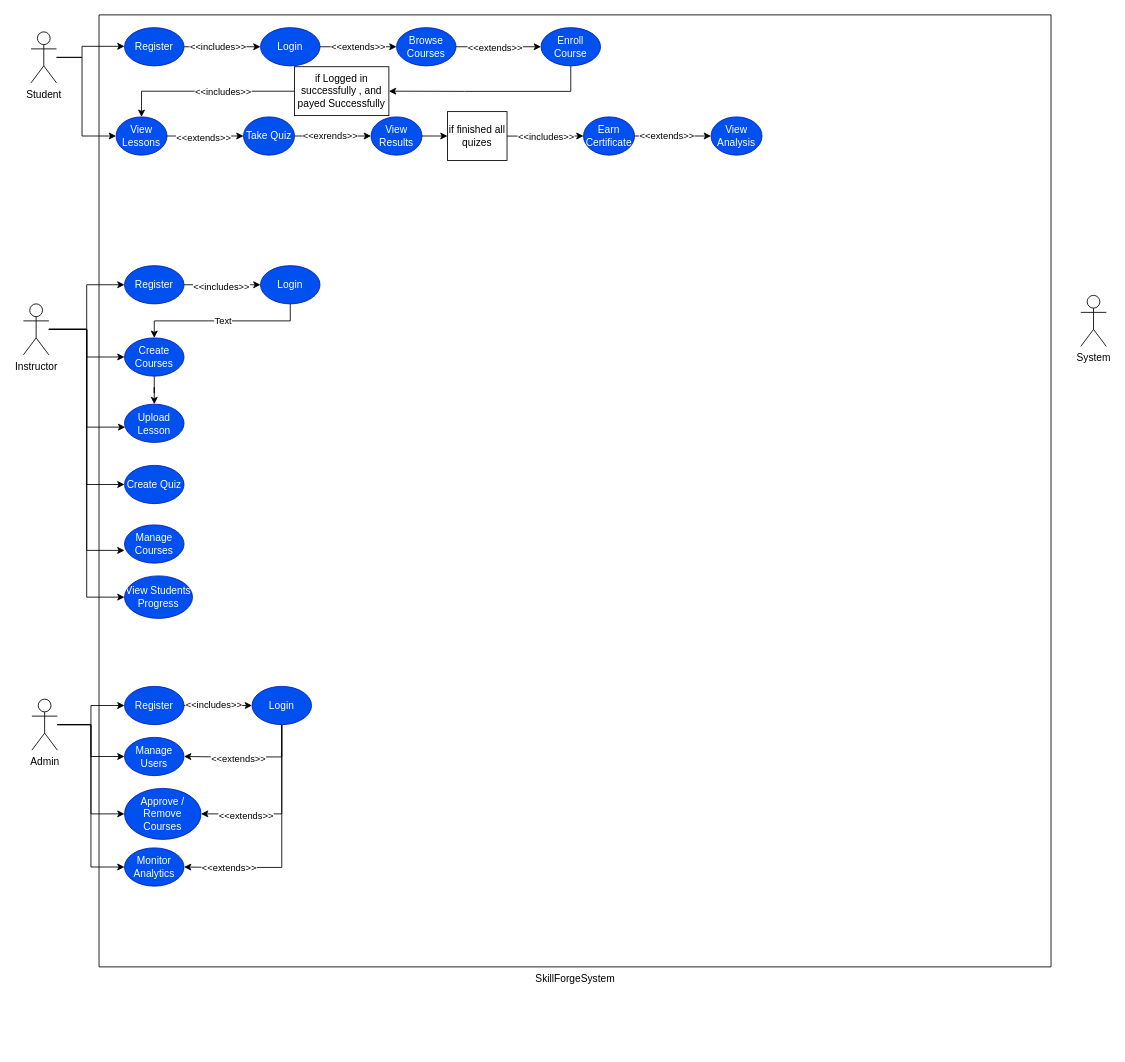
The draw.io diagram UseCase_Diagram/UseCase.drawio in 23010477/Lab6_SkillForge, before the edit. Source tidied: cells renumbered, new cells numbered last; positions are measured from the earlier drawing's top-left corner, leaving out a move shared by most shapes. Both pictures are drawn from the tidied source at 85%, with x=0, y=0 at pixel (23, 14).
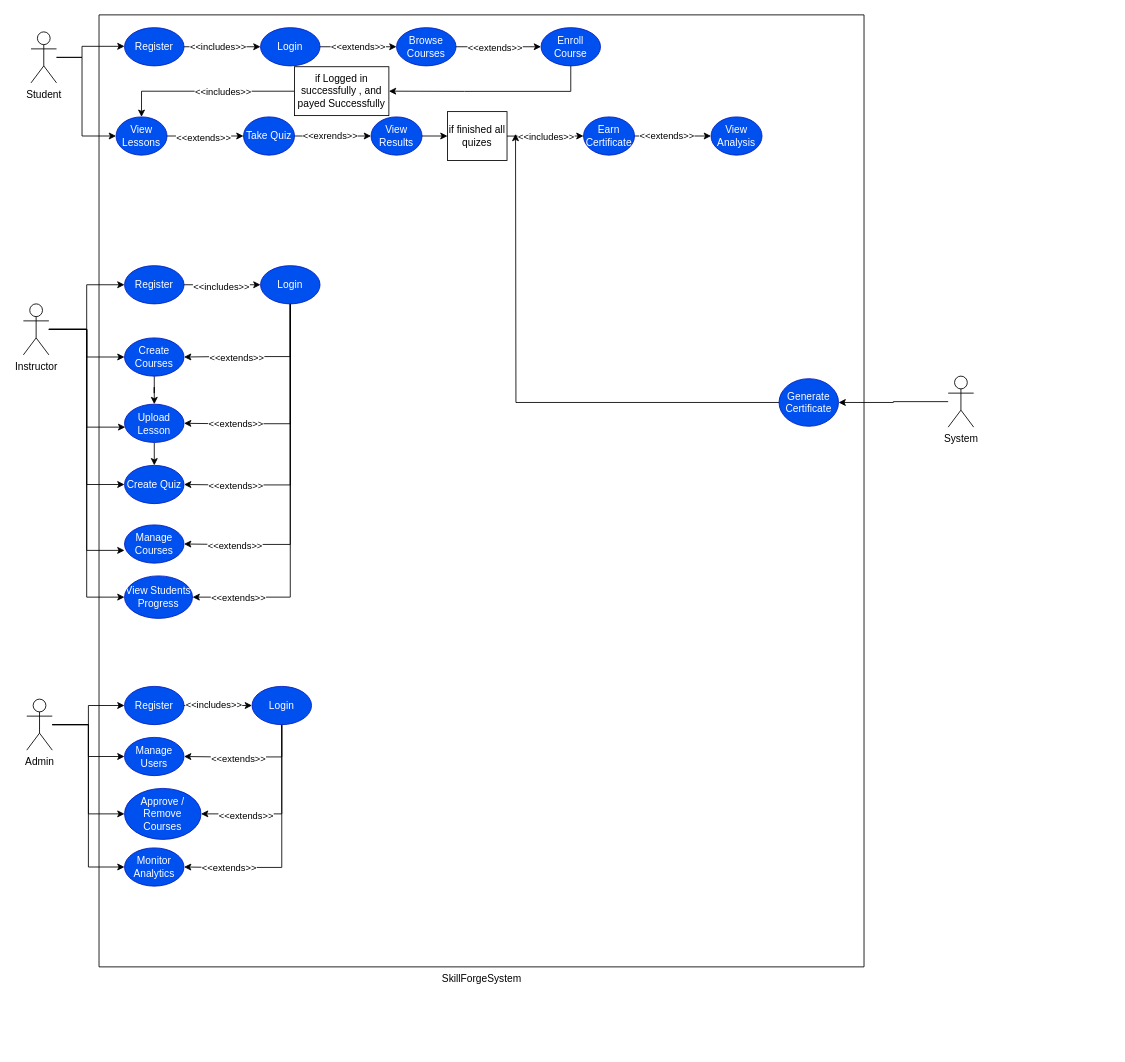
The same page after the edit.

Commit message:
adding system and instructor

The change refers to these unchanged cells:
```xml
<mxCell id="52" value="Login" style="ellipse;whiteSpace=wrap;html=1;fillColor=#0050ef;fontColor=#ffffff;strokeColor=#001DBC;shadow=0;" parent="1" vertex="1">
  <mxGeometry x="279" y="295" width="70" height="45" as="geometry" />
</mxCell>
<mxCell id="54" value="Create Courses" style="ellipse;whiteSpace=wrap;html=1;fillColor=#0050ef;fontColor=#ffffff;strokeColor=#001DBC;shadow=0;" parent="1" vertex="1">
  <mxGeometry x="119" y="380" width="70" height="45" as="geometry" />
</mxCell>
<mxCell id="55" value="Upload Lesson" style="ellipse;whiteSpace=wrap;html=1;fillColor=#0050ef;fontColor=#ffffff;strokeColor=#001DBC;shadow=0;" parent="1" vertex="1">
  <mxGeometry x="119" y="458" width="70" height="45" as="geometry" />
</mxCell>
<mxCell id="57" value="Create Quiz" style="ellipse;whiteSpace=wrap;html=1;fillColor=#0050ef;fontColor=#ffffff;strokeColor=#001DBC;shadow=0;" parent="1" vertex="1">
  <mxGeometry x="119" y="530" width="70" height="45" as="geometry" />
</mxCell>
<mxCell id="58" value="Manage Courses" style="ellipse;whiteSpace=wrap;html=1;fillColor=#0050ef;fontColor=#ffffff;strokeColor=#001DBC;shadow=0;" parent="1" vertex="1">
  <mxGeometry x="119" y="600" width="70" height="45" as="geometry" />
</mxCell>
<mxCell id="60" value="View Students Progress" style="ellipse;whiteSpace=wrap;html=1;fillColor=#0050ef;fontColor=#ffffff;strokeColor=#001DBC;shadow=0;" parent="1" vertex="1">
  <mxGeometry x="119" y="660" width="80" height="50" as="geometry" />
</mxCell>
```

What changed in the source:
```diff
@@
     <mxCell id="2" value="SkillForgeSystem" style="verticalLabelPosition=bottom;verticalAlign=top;html=1;shape=mxgraph.basic.rect;fillColor2=none;strokeWidth=1;size=20;indent=4.74;" parent="1" vertex="1">
-      <mxGeometry x="89" width="1120" height="1120" as="geometry" />
+      <mxGeometry x="89" width="900" height="1120" as="geometry" />
     </mxCell>
@@
     <mxCell id="15" value="Admin" style="shape=umlActor;verticalLabelPosition=bottom;verticalAlign=top;html=1;" parent="1" vertex="1">
-      <mxGeometry x="10" y="805" width="30" height="60" as="geometry" />
+      <mxGeometry x="4" y="805" width="30" height="60" as="geometry" />
     </mxCell>
+    <mxCell id="74" style="edgeStyle=orthogonalEdgeStyle;rounded=0;jettySize=auto;html=1;entryX=1;entryY=0.5;entryDx=0;entryDy=0;" parent="1" edge="1" source="16" target="86">
+      <mxGeometry relative="1" as="geometry" />
+    </mxCell>
     <mxCell id="16" value="System" style="shape=umlActor;verticalLabelPosition=bottom;verticalAlign=top;html=1;" parent="1" vertex="1">
-      <mxGeometry x="1244" y="330" width="30" height="60" as="geometry" />
+      <mxGeometry x="1088" y="425" width="30" height="60" as="geometry" />
     </mxCell>
@@
-    <mxCell id="40" style="text;strokeColor=none;fillColor=none;align=left;verticalAlign=middle;spacingTop=-1;spacingLeft=4;spacingRight=4;labelPosition=right;" parent="1" vertex="1">
-      <mxGeometry x="89" y="1000" width="950" height="214" as="geometry" />
-    </mxCell>
@@
-    <mxCell id="50" style="edgeStyle=orthogonalEdgeStyle;rounded=0;jettySize=auto;html=1;" parent="1" edge="1" source="52" target="54">
+    <mxCell id="50" style="edgeStyle=orthogonalEdgeStyle;rounded=0;jettySize=auto;html=1;entryX=1;entryY=0.5;entryDx=0;entryDy=0;" parent="1" edge="1" source="52" target="54">
       <mxGeometry relative="1" as="geometry">
         <Array as="points">
-          <mxPoint x="314" y="360" />
-          <mxPoint x="154" y="360" />
+          <mxPoint x="314" y="402" />
+          <mxPoint x="234" y="402" />
         </Array>
       </mxGeometry>
     </mxCell>
-    <mxCell id="51" value="Text" style="edgeLabel;html=1;align=center;verticalAlign=middle;" parent="50" vertex="1">
-      <mxGeometry y="-1" relative="1" as="geometry" />
-    </mxCell>
+    <mxCell id="75" value="&amp;lt;&amp;lt;extends&amp;gt;&amp;gt;" style="edgeLabel;html=1;align=center;verticalAlign=middle;" parent="50" vertex="1">
+      <mxGeometry x="0.02" y="1" relative="1" as="geometry">
+        <mxPoint x="-31" as="offset" />
+      </mxGeometry>
+    </mxCell>
+    <mxCell id="76" style="edgeStyle=orthogonalEdgeStyle;rounded=0;jettySize=auto;html=1;entryX=1;entryY=0.5;entryDx=0;entryDy=0;" parent="1" edge="1" source="52" target="55">
+      <mxGeometry relative="1" as="geometry">
+        <Array as="points">
+          <mxPoint x="314" y="481" />
+          <mxPoint x="234" y="481" />
+        </Array>
+      </mxGeometry>
+    </mxCell>
+    <mxCell id="77" value="&amp;lt;&amp;lt;extends&amp;gt;&amp;gt;" style="edgeLabel;html=1;align=center;verticalAlign=middle;" parent="76" vertex="1">
+      <mxGeometry x="0.39" y="-2" relative="1" as="geometry">
+        <mxPoint x="-21" y="1" as="offset" />
+      </mxGeometry>
+    </mxCell>
+    <mxCell id="78" style="edgeStyle=orthogonalEdgeStyle;rounded=0;jettySize=auto;html=1;entryX=1;entryY=0.5;entryDx=0;entryDy=0;" parent="1" edge="1" source="52" target="57">
+      <mxGeometry relative="1" as="geometry">
+        <Array as="points">
+          <mxPoint x="314" y="553" />
+          <mxPoint x="234" y="553" />
+        </Array>
+      </mxGeometry>
+    </mxCell>
+    <mxCell id="79" value="&amp;lt;&amp;lt;extends&amp;gt;&amp;gt;" style="edgeLabel;html=1;align=center;verticalAlign=middle;" parent="78" vertex="1">
+      <mxGeometry x="0.68" relative="1" as="geometry">
+        <mxPoint x="6" as="offset" />
+      </mxGeometry>
+    </mxCell>
+    <mxCell id="80" style="edgeStyle=orthogonalEdgeStyle;rounded=0;jettySize=auto;html=1;entryX=1;entryY=0.5;entryDx=0;entryDy=0;" parent="1" edge="1" source="52" target="58">
+      <mxGeometry relative="1" as="geometry">
+        <Array as="points">
+          <mxPoint x="314" y="623" />
+          <mxPoint x="234" y="623" />
+        </Array>
+      </mxGeometry>
+    </mxCell>
+    <mxCell id="81" value="&amp;lt;&amp;lt;extends&amp;gt;&amp;gt;" style="edgeLabel;html=1;align=center;verticalAlign=middle;" parent="80" vertex="1">
+      <mxGeometry x="0.71" y="1" relative="1" as="geometry" />
+    </mxCell>
+    <mxCell id="82" style="edgeStyle=orthogonalEdgeStyle;rounded=0;jettySize=auto;html=1;entryX=1;entryY=0.5;entryDx=0;entryDy=0;" parent="1" edge="1" source="52" target="60">
+      <mxGeometry relative="1" as="geometry">
+        <Array as="points">
+          <mxPoint x="314" y="685" />
+        </Array>
+      </mxGeometry>
+    </mxCell>
+    <mxCell id="83" value="&amp;lt;&amp;lt;extends&amp;gt;&amp;gt;" style="edgeLabel;html=1;align=center;verticalAlign=middle;" parent="82" vertex="1">
+      <mxGeometry x="0.77" relative="1" as="geometry" />
+    </mxCell>
@@
+    <mxCell id="84" style="edgeStyle=orthogonalEdgeStyle;rounded=0;jettySize=auto;html=1;" parent="1" edge="1" source="55">
+      <mxGeometry relative="1" as="geometry">
+        <mxPoint x="154" y="530" as="targetPoint" />
+      </mxGeometry>
+    </mxCell>
@@
+    <mxCell id="85" style="edgeStyle=orthogonalEdgeStyle;rounded=0;jettySize=auto;html=1;exitX=0;exitY=0.5;exitDx=0;exitDy=0;" parent="1" edge="1" source="86">
+      <mxGeometry relative="1" as="geometry">
+        <mxPoint x="579" y="140" as="targetPoint" />
+      </mxGeometry>
+    </mxCell>
+    <mxCell id="86" value="Generate Certificate" style="ellipse;whiteSpace=wrap;html=1;fillColor=#0050ef;fontColor=#ffffff;strokeColor=#001DBC;" parent="1" vertex="1">
+      <mxGeometry x="889" y="428" width="70" height="56" as="geometry" />
+    </mxCell>
```
